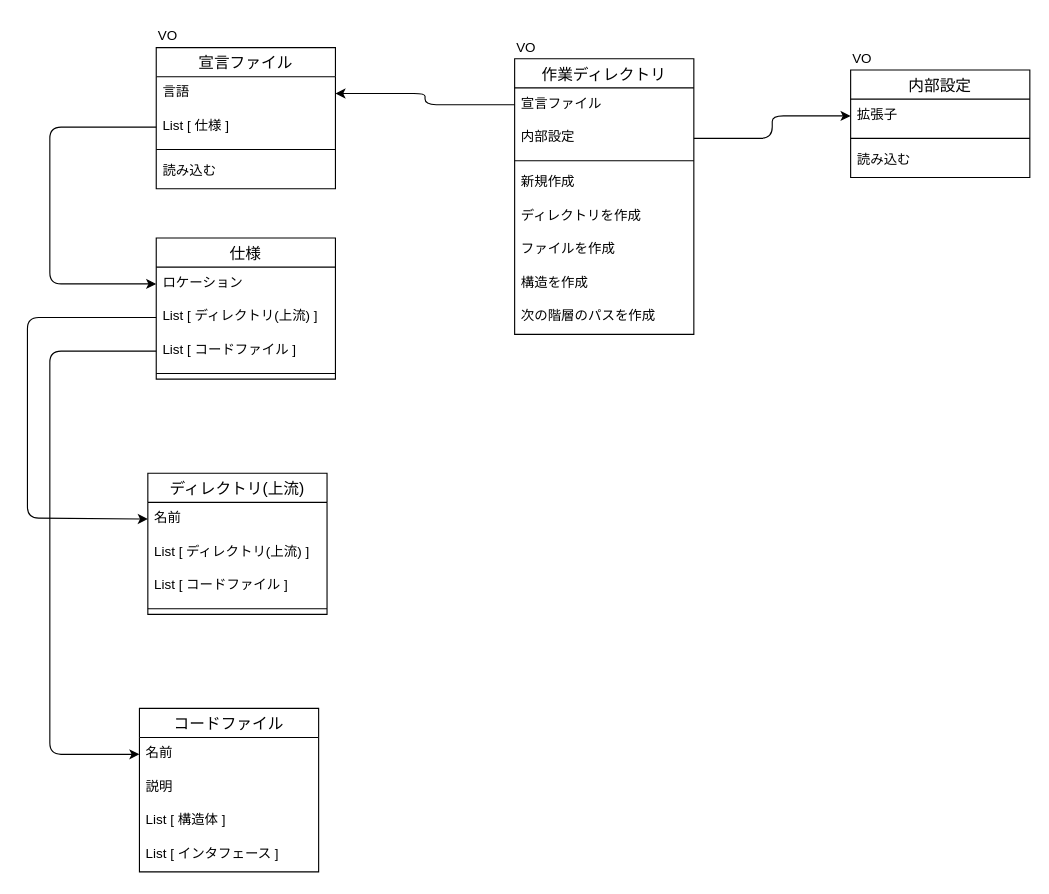
The draw.io diagram page "ドメインモデル図" (1 of 2) of design.dio in asweed888/clerk, before the edit. Source tidied: cells renumbered, new cells numbered last; positions are measured from the earlier drawing's top-left corner, leaving out a move shared by most shapes. Both pictures are drawn from the tidied source at 112%, with x=0, y=0 at pixel (27, 19).
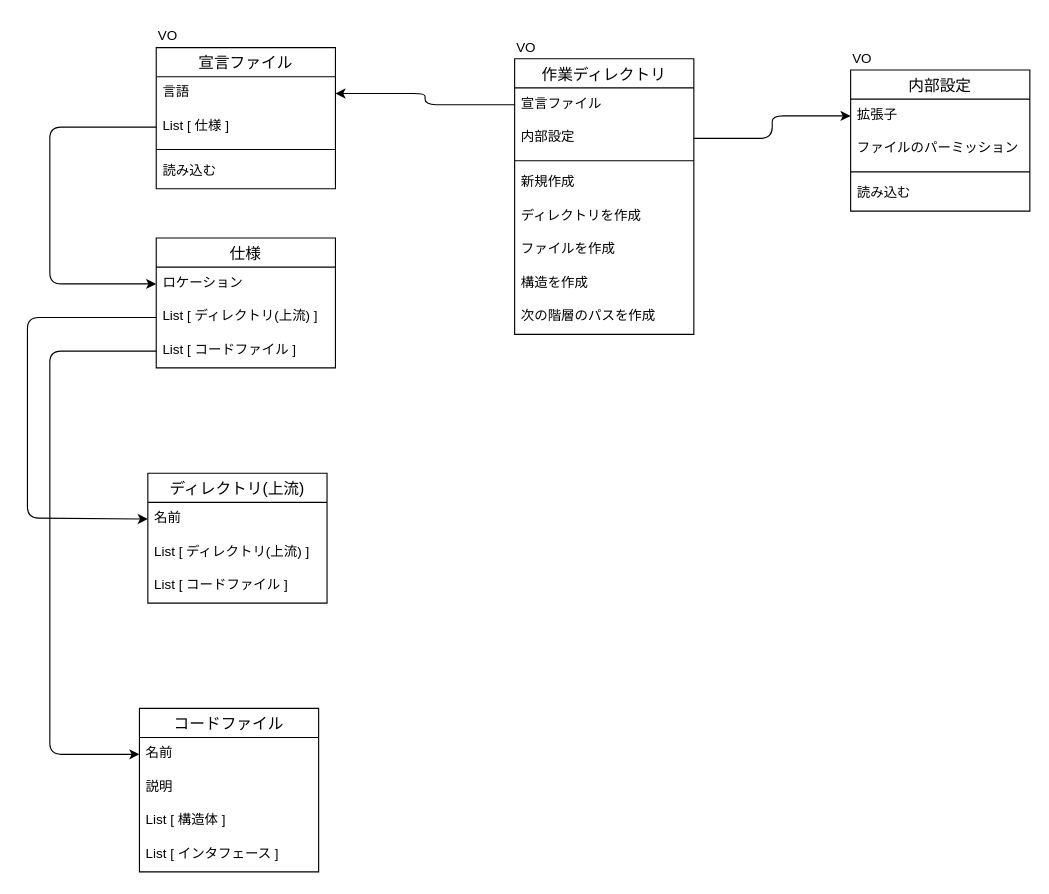
After the change.

Commit message:
ユースケース図を追加

The change refers to these unchanged cells:
```xml
<mxCell id="9" style="group;" parent="1" vertex="1">
  <mxGeometry x="720" y="25" width="175" height="106" as="geometry" />
</mxCell>
```

The edit, as a diff of the source:
```diff
@@
     <mxCell id="10" value="内部設定" style="swimlane;fontStyle=0;horizontal=1;startSize=26;align=center;fontSize=14;" parent="9" vertex="1">
-      <mxGeometry x="15" y="20" width="160" height="96" as="geometry" />
+      <mxGeometry x="15" y="20" width="160" height="126" as="geometry" />
     </mxCell>
@@
+    <mxCell id="46" value="ファイルのパーミッション" style="text;strokeColor=none;fillColor=none;spacingLeft=4;spacingRight=4;overflow=hidden;fontSize=12;" parent="10" vertex="1">
+      <mxGeometry y="56" width="160" height="30" as="geometry" />
+    </mxCell>
     <mxCell id="12" style="line;strokeWidth=1;dashed=0;labelPosition=right;align=left;verticalAlign=middle;spacingTop=0;spacingLeft=6;strokeColor=default;" parent="10" vertex="1">
-      <mxGeometry y="56" width="160" height="10" as="geometry" />
+      <mxGeometry y="86" width="160" height="10" as="geometry" />
     </mxCell>
     <mxCell id="13" value="読み込む" style="text;strokeColor=none;fillColor=none;spacingLeft=4;spacingRight=4;overflow=hidden;fontSize=12;" parent="10" vertex="1">
-      <mxGeometry y="66" width="160" height="30" as="geometry" />
+      <mxGeometry y="96" width="160" height="30" as="geometry" />
     </mxCell>
@@
     <mxCell id="15" value="仕様" style="swimlane;fontStyle=0;horizontal=1;startSize=26;align=center;fontSize=14;" parent="1" vertex="1">
-      <mxGeometry x="115" y="195" width="160" height="126" as="geometry" />
+      <mxGeometry x="115" y="195" width="160" height="116" as="geometry" />
     </mxCell>
@@
-    <mxCell id="19" style="line;strokeWidth=1;dashed=0;labelPosition=right;align=left;verticalAlign=middle;spacingTop=0;spacingLeft=6;" parent="15" vertex="1">
-      <mxGeometry y="116" width="160" height="10" as="geometry" />
-    </mxCell>
     <mxCell id="20" value="ディレクトリ(上流)" style="swimlane;fontStyle=0;horizontal=1;startSize=26;align=center;fontSize=14;" parent="1" vertex="1">
-      <mxGeometry x="107.5" y="405" width="160" height="126" as="geometry" />
+      <mxGeometry x="107.5" y="405" width="160" height="116" as="geometry" />
     </mxCell>
@@
-    <mxCell id="24" style="line;strokeWidth=1;dashed=0;labelPosition=right;align=left;verticalAlign=middle;spacingTop=0;spacingLeft=6;" parent="20" vertex="1">
-      <mxGeometry y="116" width="160" height="10" as="geometry" />
-    </mxCell>
```
